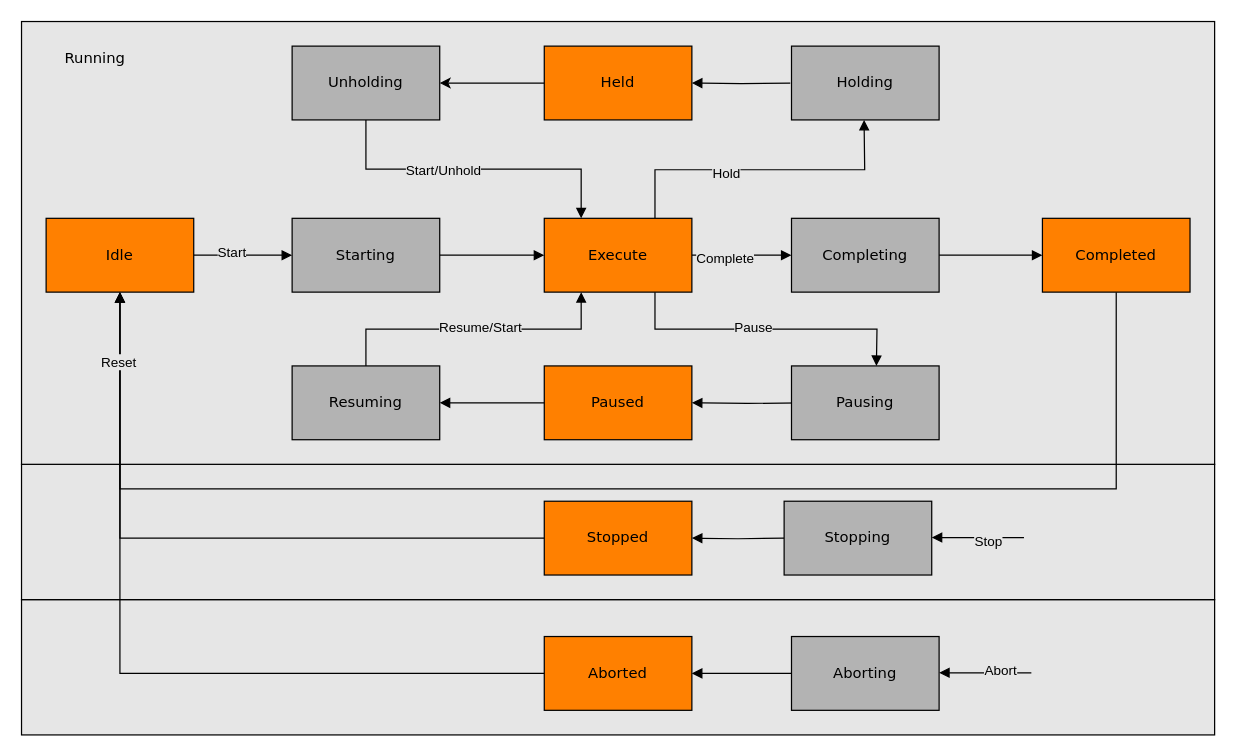
This is page "ISA88" (1 of 3) of docs/Diagramms.drawio from PeterZerlauth/Tc3_Component, a draw.io file, before an edit. Source tidied: cells renumbered, new cells numbered last; positions are measured from the earlier drawing's top-left corner, leaving out a move shared by most shapes. Both pictures are drawn from the tidied source at 123%, with x=0, y=0 at pixel (21, 21).
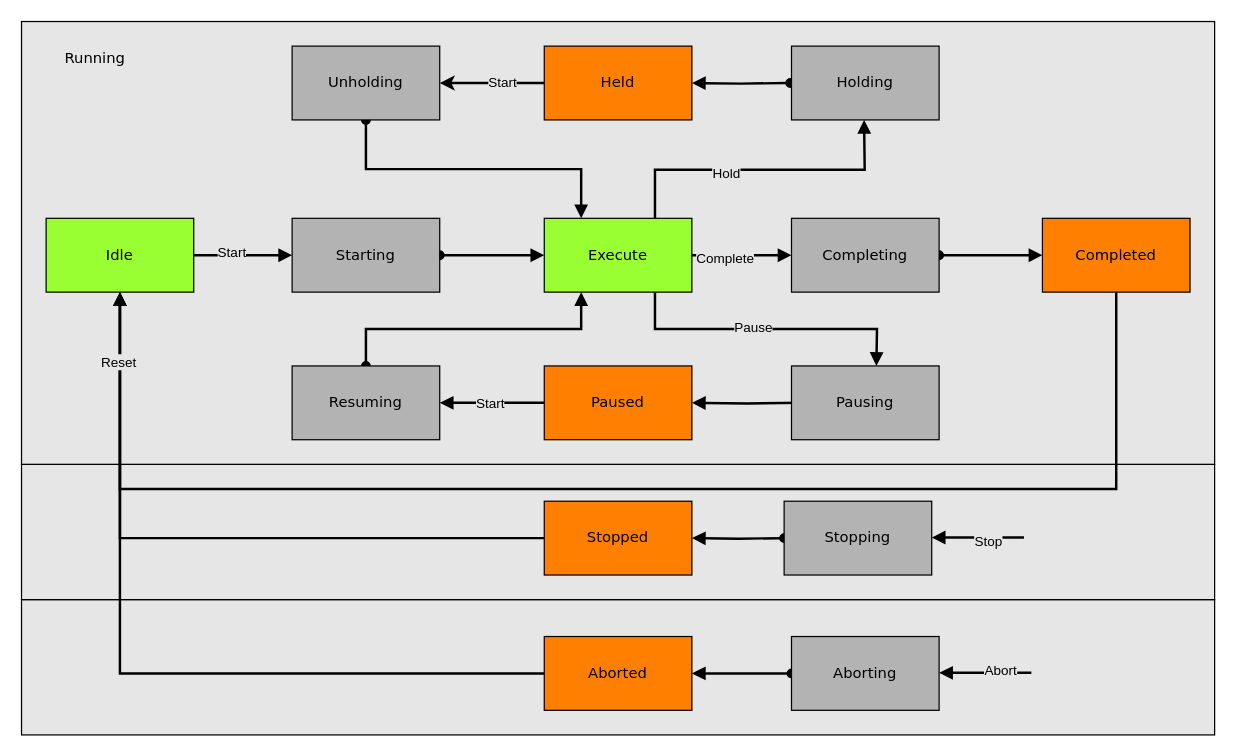
Above is the later version.

Unchanged cells that the change refers to:
```xml
<mxCell id="6" value="Held" style="rounded=0;whiteSpace=wrap;html=1;arcSize=24;fillColor=#FF8000;strokeColor=#000000;shadow=0;comic=0;labelBackgroundColor=none;fontFamily=Verdana;fontSize=12;fontColor=#000000;align=center;rotation=0;" parent="1" vertex="1">
  <mxGeometry x="425" y="20" width="120" height="60" as="geometry" />
</mxCell>
<mxCell id="12" value="Paused" style="rounded=0;whiteSpace=wrap;html=1;arcSize=24;fillColor=#FF8000;strokeColor=#000000;shadow=0;comic=0;labelBackgroundColor=none;fontFamily=Verdana;fontSize=12;fontColor=#000000;align=center;" parent="1" vertex="1">
  <mxGeometry x="425" y="280" width="120" height="60" as="geometry" />
</mxCell>
<mxCell id="21" value="Stopped" style="rounded=0;whiteSpace=wrap;html=1;arcSize=24;fillColor=#FF8000;strokeColor=#000000;shadow=0;comic=0;labelBackgroundColor=none;fontFamily=Verdana;fontSize=12;fontColor=#000000;align=center;" parent="1" vertex="1">
  <mxGeometry x="425" y="390" width="120" height="60" as="geometry" />
</mxCell>
<mxCell id="23" value="Aborted" style="rounded=0;whiteSpace=wrap;html=1;arcSize=24;fillColor=#FF8000;strokeColor=#000000;shadow=0;comic=0;labelBackgroundColor=none;fontFamily=Verdana;fontSize=12;fontColor=#000000;align=center;" parent="1" vertex="1">
  <mxGeometry x="425" y="500" width="120" height="60" as="geometry" />
</mxCell>
<mxCell id="26" value="Completed" style="rounded=0;whiteSpace=wrap;html=1;arcSize=24;fillColor=#FF8000;strokeColor=#000000;shadow=0;comic=0;labelBackgroundColor=none;fontFamily=Verdana;fontSize=12;fontColor=#000000;align=center;" parent="1" vertex="1">
  <mxGeometry x="830" y="160" width="120" height="60" as="geometry" />
</mxCell>
<mxCell id="30" value="Starting" style="rounded=0;whiteSpace=wrap;html=1;arcSize=24;fillColor=#B3B3B3;strokeColor=#000000;shadow=0;comic=0;labelBackgroundColor=none;fontFamily=Verdana;fontSize=12;fontColor=#000000;align=center;" parent="1" vertex="1">
  <mxGeometry x="220" y="160" width="120" height="60" as="geometry" />
</mxCell>
<mxCell id="34" value="Unholding" style="rounded=0;whiteSpace=wrap;html=1;arcSize=24;fillColor=#B3B3B3;strokeColor=#000000;shadow=0;comic=0;labelBackgroundColor=none;fontFamily=Verdana;fontSize=12;fontColor=#000000;align=center;" parent="1" vertex="1">
  <mxGeometry x="220" y="20" width="120" height="60" as="geometry" />
</mxCell>
<mxCell id="39" value="Resuming" style="rounded=0;whiteSpace=wrap;html=1;arcSize=24;fillColor=#B3B3B3;strokeColor=#000000;shadow=0;comic=0;labelBackgroundColor=none;fontFamily=Verdana;fontSize=12;fontColor=#000000;align=center;" parent="1" vertex="1">
  <mxGeometry x="220" y="280" width="120" height="60" as="geometry" />
</mxCell>
<mxCell id="41" value="Completing" style="rounded=0;whiteSpace=wrap;html=1;arcSize=24;fillColor=#B3B3B3;strokeColor=#000000;shadow=0;comic=0;labelBackgroundColor=none;fontFamily=Verdana;fontSize=12;fontColor=#000000;align=center;" parent="1" vertex="1">
  <mxGeometry x="626" y="160" width="120" height="60" as="geometry" />
</mxCell>
<mxCell id="43" value="Aborting" style="rounded=0;whiteSpace=wrap;html=1;arcSize=24;fillColor=#B3B3B3;strokeColor=#000000;shadow=0;comic=0;labelBackgroundColor=none;fontFamily=Verdana;fontSize=12;fontColor=#000000;align=center;" parent="1" vertex="1">
  <mxGeometry x="626" y="500" width="120" height="60" as="geometry" />
</mxCell>
```

Diff of the diagram source:
```diff
@@
-    <mxCell id="5" style="edgeStyle=orthogonalEdgeStyle;rounded=0;jettySize=auto;html=1;" parent="1" edge="1" source="6" target="34">
+    <mxCell id="5" style="edgeStyle=orthogonalEdgeStyle;rounded=0;jettySize=auto;html=1;strokeWidth=2;" parent="1" edge="1" source="6" target="34">
       <mxGeometry relative="1" as="geometry" />
     </mxCell>
@@
-    <mxCell id="7" style="edgeStyle=orthogonalEdgeStyle;rounded=0;jettySize=auto;html=1;entryX=0.5;entryY=1;entryDx=0;entryDy=0;strokeColor=default;align=center;verticalAlign=middle;fontFamily=Helvetica;fontSize=11;fontColor=default;labelBackgroundColor=default;endArrow=block;endFill=1;exitX=0.75;exitY=0;exitDx=0;exitDy=0;" parent="1" edge="1" source="11">
+    <mxCell id="7" style="edgeStyle=orthogonalEdgeStyle;rounded=0;jettySize=auto;html=1;entryX=0.5;entryY=1;entryDx=0;entryDy=0;strokeColor=default;align=center;verticalAlign=middle;fontFamily=Helvetica;fontSize=11;fontColor=default;labelBackgroundColor=default;endArrow=block;endFill=1;exitX=0.75;exitY=0;exitDx=0;exitDy=0;strokeWidth=2;" parent="1" edge="1" source="11">
       <mxGeometry relative="1" as="geometry">
         <mxPoint x="685" y="80" as="targetPoint" />
       </mxGeometry>
     </mxCell>
@@
-    <mxCell id="9" style="edgeStyle=orthogonalEdgeStyle;rounded=0;jettySize=auto;html=1;exitX=1;exitY=0.5;exitDx=0;exitDy=0;entryX=0;entryY=0.5;entryDx=0;entryDy=0;strokeColor=default;align=center;verticalAlign=middle;fontFamily=Helvetica;fontSize=11;fontColor=default;labelBackgroundColor=default;endArrow=block;endFill=1;" parent="1" edge="1" source="11" target="41">
+    <mxCell id="9" style="edgeStyle=orthogonalEdgeStyle;rounded=0;jettySize=auto;html=1;exitX=1;exitY=0.5;exitDx=0;exitDy=0;entryX=0;entryY=0.5;entryDx=0;entryDy=0;strokeColor=default;align=center;verticalAlign=middle;fontFamily=Helvetica;fontSize=11;fontColor=default;labelBackgroundColor=default;endArrow=block;endFill=1;strokeWidth=2;" parent="1" edge="1" source="11" target="41">
       <mxGeometry relative="1" as="geometry" />
     </mxCell>
@@
-    <mxCell id="11" value="Execute" style="rounded=0;whiteSpace=wrap;html=1;arcSize=24;fillColor=#FF8000;strokeColor=#000000;shadow=0;comic=0;labelBackgroundColor=none;fontFamily=Verdana;fontSize=12;fontColor=#000000;align=center;" parent="1" vertex="1">
+    <mxCell id="11" value="Execute" style="rounded=0;whiteSpace=wrap;html=1;arcSize=24;fillColor=#99FF33;strokeColor=#000000;shadow=0;comic=0;labelBackgroundColor=none;fontFamily=Verdana;fontSize=12;fontColor=#000000;align=center;" parent="1" vertex="1">
       <mxGeometry x="425" y="160" width="120" height="60" as="geometry" />
     </mxCell>
@@
-    <mxCell id="13" style="edgeStyle=orthogonalEdgeStyle;rounded=0;jettySize=auto;html=1;strokeColor=default;align=center;verticalAlign=middle;fontFamily=Helvetica;fontSize=11;fontColor=default;labelBackgroundColor=default;endArrow=block;endFill=1;" parent="1" edge="1" target="6">
+    <mxCell id="13" style="edgeStyle=orthogonalEdgeStyle;rounded=0;jettySize=auto;html=1;strokeColor=default;align=center;verticalAlign=middle;fontFamily=Helvetica;fontSize=11;fontColor=default;labelBackgroundColor=default;endArrow=block;endFill=1;strokeWidth=2;startArrow=oval;startFill=1;" parent="1" edge="1" target="6">
       <mxGeometry relative="1" as="geometry">
         <mxPoint x="625" y="50" as="sourcePoint" />
       </mxGeometry>
     </mxCell>
-    <mxCell id="14" style="edgeStyle=orthogonalEdgeStyle;rounded=0;jettySize=auto;html=1;strokeColor=default;align=center;verticalAlign=middle;fontFamily=Helvetica;fontSize=11;fontColor=default;labelBackgroundColor=default;endArrow=block;endFill=1;" parent="1" edge="1" target="12">
+    <mxCell id="14" style="edgeStyle=orthogonalEdgeStyle;rounded=0;jettySize=auto;html=1;strokeColor=default;align=center;verticalAlign=middle;fontFamily=Helvetica;fontSize=11;fontColor=default;labelBackgroundColor=default;endArrow=block;endFill=1;strokeWidth=2;" parent="1" edge="1" target="12">
       <mxGeometry relative="1" as="geometry">
         <mxPoint x="635" y="310" as="sourcePoint" />
       </mxGeometry>
     </mxCell>
-    <mxCell id="15" style="edgeStyle=orthogonalEdgeStyle;rounded=0;jettySize=auto;html=1;entryX=0.5;entryY=0;entryDx=0;entryDy=0;strokeColor=default;align=center;verticalAlign=middle;fontFamily=Helvetica;fontSize=11;fontColor=default;labelBackgroundColor=default;endArrow=block;endFill=1;exitX=0.75;exitY=1;exitDx=0;exitDy=0;" parent="1" edge="1" source="11">
+    <mxCell id="15" style="edgeStyle=orthogonalEdgeStyle;rounded=0;jettySize=auto;html=1;entryX=0.5;entryY=0;entryDx=0;entryDy=0;strokeColor=default;align=center;verticalAlign=middle;fontFamily=Helvetica;fontSize=11;fontColor=default;labelBackgroundColor=default;endArrow=block;endFill=1;exitX=0.75;exitY=1;exitDx=0;exitDy=0;strokeWidth=2;" parent="1" edge="1" source="11">
       <mxGeometry relative="1" as="geometry">
         <mxPoint x="695" y="280" as="targetPoint" />
       </mxGeometry>
     </mxCell>
@@
-    <mxCell id="17" style="edgeStyle=orthogonalEdgeStyle;rounded=0;jettySize=auto;html=1;strokeColor=default;align=center;verticalAlign=middle;fontFamily=Helvetica;fontSize=11;fontColor=default;labelBackgroundColor=default;endArrow=block;endFill=1;entryX=0;entryY=0.5;entryDx=0;entryDy=0;" parent="1" edge="1" source="19" target="30">
+    <mxCell id="17" style="edgeStyle=orthogonalEdgeStyle;rounded=0;jettySize=auto;html=1;strokeColor=default;align=center;verticalAlign=middle;fontFamily=Helvetica;fontSize=11;fontColor=default;labelBackgroundColor=default;endArrow=block;endFill=1;entryX=0;entryY=0.5;entryDx=0;entryDy=0;strokeWidth=2;" parent="1" edge="1" source="19" target="30">
       <mxGeometry relative="1" as="geometry" />
     </mxCell>
@@
-    <mxCell id="19" value="Idle" style="rounded=0;whiteSpace=wrap;html=1;arcSize=24;fillColor=#FF8000;strokeColor=#000000;shadow=0;comic=0;labelBackgroundColor=none;fontFamily=Verdana;fontSize=12;fontColor=#000000;align=center;" parent="1" vertex="1">
+    <mxCell id="19" value="Idle" style="rounded=0;whiteSpace=wrap;html=1;arcSize=24;fillColor=#99FF33;strokeColor=#000000;shadow=0;comic=0;labelBackgroundColor=none;fontFamily=Verdana;fontSize=12;fontColor=#000000;align=center;" parent="1" vertex="1">
       <mxGeometry x="20" y="160" width="120" height="60" as="geometry" />
     </mxCell>
-    <mxCell id="20" style="edgeStyle=orthogonalEdgeStyle;rounded=0;jettySize=auto;html=1;entryX=0.5;entryY=1;entryDx=0;entryDy=0;strokeColor=default;align=center;verticalAlign=middle;fontFamily=Helvetica;fontSize=11;fontColor=default;labelBackgroundColor=default;endArrow=block;endFill=1;" parent="1" edge="1" source="21" target="19">
+    <mxCell id="20" style="edgeStyle=orthogonalEdgeStyle;rounded=0;jettySize=auto;html=1;entryX=0.5;entryY=1;entryDx=0;entryDy=0;strokeColor=default;align=center;verticalAlign=middle;fontFamily=Helvetica;fontSize=11;fontColor=default;labelBackgroundColor=default;endArrow=block;endFill=1;strokeWidth=2;" parent="1" edge="1" source="21" target="19">
       <mxGeometry relative="1" as="geometry" />
     </mxCell>
@@
-    <mxCell id="22" style="edgeStyle=orthogonalEdgeStyle;rounded=0;jettySize=auto;html=1;strokeColor=default;align=center;verticalAlign=middle;fontFamily=Helvetica;fontSize=11;fontColor=default;labelBackgroundColor=default;endArrow=block;endFill=1;entryX=0.5;entryY=1;entryDx=0;entryDy=0;" parent="1" edge="1" source="23" target="19">
+    <mxCell id="22" style="edgeStyle=orthogonalEdgeStyle;rounded=0;jettySize=auto;html=1;strokeColor=default;align=center;verticalAlign=middle;fontFamily=Helvetica;fontSize=11;fontColor=default;labelBackgroundColor=default;endArrow=block;endFill=1;entryX=0.5;entryY=1;entryDx=0;entryDy=0;strokeWidth=2;" parent="1" edge="1" source="23" target="19">
       <mxGeometry relative="1" as="geometry" />
     </mxCell>
@@
-    <mxCell id="24" style="edgeStyle=orthogonalEdgeStyle;rounded=0;jettySize=auto;html=1;exitX=0.5;exitY=1;exitDx=0;exitDy=0;entryX=0.5;entryY=1;entryDx=0;entryDy=0;strokeColor=default;align=center;verticalAlign=middle;fontFamily=Helvetica;fontSize=11;fontColor=default;labelBackgroundColor=default;endArrow=block;endFill=1;" parent="1" edge="1" source="26" target="19">
+    <mxCell id="24" style="edgeStyle=orthogonalEdgeStyle;rounded=0;jettySize=auto;html=1;exitX=0.5;exitY=1;exitDx=0;exitDy=0;entryX=0.5;entryY=1;entryDx=0;entryDy=0;strokeColor=default;align=center;verticalAlign=middle;fontFamily=Helvetica;fontSize=11;fontColor=default;labelBackgroundColor=default;endArrow=block;endFill=1;strokeWidth=2;" parent="1" edge="1" source="26" target="19">
       <mxGeometry relative="1" as="geometry">
         <Array as="points">
           <mxPoint x="890" y="380" />
           <mxPoint x="80" y="380" />
         </Array>
       </mxGeometry>
     </mxCell>
@@
-    <mxCell id="27" style="edgeStyle=orthogonalEdgeStyle;rounded=0;jettySize=auto;html=1;strokeColor=default;align=center;verticalAlign=middle;fontFamily=Helvetica;fontSize=11;fontColor=default;labelBackgroundColor=default;endArrow=block;endFill=1;" parent="1" edge="1" target="21">
+    <mxCell id="27" style="edgeStyle=orthogonalEdgeStyle;rounded=0;jettySize=auto;html=1;strokeColor=default;align=center;verticalAlign=middle;fontFamily=Helvetica;fontSize=11;fontColor=default;labelBackgroundColor=default;endArrow=block;endFill=1;strokeWidth=2;startArrow=oval;startFill=1;" parent="1" edge="1" target="21">
       <mxGeometry relative="1" as="geometry">
         <mxPoint x="620" y="420" as="sourcePoint" />
       </mxGeometry>
     </mxCell>
-    <mxCell id="28" style="edgeStyle=orthogonalEdgeStyle;rounded=0;jettySize=auto;html=1;strokeColor=default;align=center;verticalAlign=middle;fontFamily=Helvetica;fontSize=11;fontColor=default;labelBackgroundColor=default;endArrow=block;endFill=1;exitX=0.033;exitY=0.5;exitDx=0;exitDy=0;exitPerimeter=0;" parent="1" edge="1" source="43" target="23">
+    <mxCell id="28" style="edgeStyle=orthogonalEdgeStyle;rounded=0;jettySize=auto;html=1;strokeColor=default;align=center;verticalAlign=middle;fontFamily=Helvetica;fontSize=11;fontColor=default;labelBackgroundColor=default;endArrow=block;endFill=1;strokeWidth=2;startArrow=oval;startFill=1;exitX=0;exitY=0.5;exitDx=0;exitDy=0;" parent="1" edge="1" source="43" target="23">
       <mxGeometry relative="1" as="geometry" />
     </mxCell>
-    <mxCell id="29" style="edgeStyle=orthogonalEdgeStyle;rounded=0;jettySize=auto;html=1;exitX=1;exitY=0.5;exitDx=0;exitDy=0;entryX=0;entryY=0.5;entryDx=0;entryDy=0;strokeColor=default;align=center;verticalAlign=middle;fontFamily=Helvetica;fontSize=11;fontColor=default;labelBackgroundColor=default;endArrow=block;endFill=1;" parent="1" edge="1" source="30" target="11">
+    <mxCell id="29" style="edgeStyle=orthogonalEdgeStyle;rounded=0;jettySize=auto;html=1;exitX=1;exitY=0.5;exitDx=0;exitDy=0;entryX=0;entryY=0.5;entryDx=0;entryDy=0;strokeColor=default;align=center;verticalAlign=middle;fontFamily=Helvetica;fontSize=11;fontColor=default;labelBackgroundColor=default;endArrow=block;endFill=1;strokeWidth=2;startArrow=oval;startFill=1;" parent="1" edge="1" source="30" target="11">
       <mxGeometry relative="1" as="geometry" />
     </mxCell>
@@
-    <mxCell id="32" style="edgeStyle=orthogonalEdgeStyle;rounded=0;jettySize=auto;html=1;exitX=0.5;exitY=1;exitDx=0;exitDy=0;entryX=0.25;entryY=0;entryDx=0;entryDy=0;strokeColor=default;align=center;verticalAlign=middle;fontFamily=Helvetica;fontSize=11;fontColor=default;labelBackgroundColor=default;endArrow=block;endFill=1;" parent="1" edge="1" source="34" target="11">
+    <mxCell id="32" style="edgeStyle=orthogonalEdgeStyle;rounded=0;jettySize=auto;html=1;exitX=0.5;exitY=1;exitDx=0;exitDy=0;entryX=0.25;entryY=0;entryDx=0;entryDy=0;strokeColor=default;align=center;verticalAlign=middle;fontFamily=Helvetica;fontSize=11;fontColor=default;labelBackgroundColor=default;endArrow=block;endFill=1;strokeWidth=2;startArrow=oval;startFill=1;" parent="1" edge="1" source="34" target="11">
       <mxGeometry relative="1" as="geometry" />
     </mxCell>
-    <mxCell id="33" value="Start/Unhold" style="edgeLabel;html=1;align=center;verticalAlign=middle;fontFamily=Helvetica;fontSize=11;fontColor=default;labelBackgroundColor=#E6E6E6;" parent="32" vertex="1">
-      <mxGeometry x="-0.2" relative="1" as="geometry" />
+    <mxCell id="33" value="Start" style="edgeLabel;html=1;align=center;verticalAlign=middle;fontFamily=Helvetica;fontSize=11;fontColor=default;labelBackgroundColor=#E6E6E6;" parent="32" vertex="1">
+      <mxGeometry x="-0.2" relative="1" as="geometry">
+        <mxPoint x="48" y="-71" as="offset" />
+      </mxGeometry>
     </mxCell>
@@
-    <mxCell id="36" style="edgeStyle=orthogonalEdgeStyle;rounded=0;jettySize=auto;html=1;strokeColor=default;align=center;verticalAlign=middle;fontFamily=Helvetica;fontSize=11;fontColor=default;labelBackgroundColor=default;endArrow=block;endFill=1;" parent="1" edge="1" source="12" target="39">
+    <mxCell id="36" style="edgeStyle=orthogonalEdgeStyle;rounded=0;jettySize=auto;html=1;strokeColor=default;align=center;verticalAlign=middle;fontFamily=Helvetica;fontSize=11;fontColor=default;labelBackgroundColor=default;endArrow=block;endFill=1;strokeWidth=2;" parent="1" edge="1" source="12" target="39">
       <mxGeometry relative="1" as="geometry" />
     </mxCell>
-    <mxCell id="37" style="edgeStyle=orthogonalEdgeStyle;rounded=0;jettySize=auto;html=1;exitX=0.5;exitY=0;exitDx=0;exitDy=0;entryX=0.25;entryY=1;entryDx=0;entryDy=0;strokeColor=default;align=center;verticalAlign=middle;fontFamily=Helvetica;fontSize=11;fontColor=default;labelBackgroundColor=default;endArrow=block;endFill=1;" parent="1" edge="1" source="39" target="11">
+    <mxCell id="37" style="edgeStyle=orthogonalEdgeStyle;rounded=0;jettySize=auto;html=1;exitX=0.5;exitY=0;exitDx=0;exitDy=0;entryX=0.25;entryY=1;entryDx=0;entryDy=0;strokeColor=default;align=center;verticalAlign=middle;fontFamily=Helvetica;fontSize=11;fontColor=default;labelBackgroundColor=default;endArrow=block;endFill=1;strokeWidth=2;startArrow=oval;startFill=1;" parent="1" edge="1" source="39" target="11">
       <mxGeometry relative="1" as="geometry" />
     </mxCell>
-    <mxCell id="38" value="Resume/Start" style="edgeLabel;html=1;align=center;verticalAlign=middle;fontFamily=Helvetica;fontSize=11;fontColor=default;labelBackgroundColor=#E6E6E6;" parent="37" vertex="1">
-      <mxGeometry x="0.04" y="2" relative="1" as="geometry" />
+    <mxCell id="38" value="Start" style="edgeLabel;html=1;align=center;verticalAlign=middle;fontFamily=Helvetica;fontSize=11;fontColor=default;labelBackgroundColor=#E6E6E6;" parent="37" vertex="1">
+      <mxGeometry x="0.04" y="2" relative="1" as="geometry">
+        <mxPoint x="8" y="62" as="offset" />
+      </mxGeometry>
     </mxCell>
@@
-    <mxCell id="40" style="edgeStyle=orthogonalEdgeStyle;rounded=0;jettySize=auto;html=1;strokeColor=default;align=center;verticalAlign=middle;fontFamily=Helvetica;fontSize=11;fontColor=default;labelBackgroundColor=default;endArrow=block;endFill=1;" parent="1" edge="1" source="41" target="26">
+    <mxCell id="40" style="edgeStyle=orthogonalEdgeStyle;rounded=0;jettySize=auto;html=1;strokeColor=default;align=center;verticalAlign=middle;fontFamily=Helvetica;fontSize=11;fontColor=default;labelBackgroundColor=default;endArrow=block;endFill=1;strokeWidth=2;startArrow=oval;startFill=1;" parent="1" edge="1" source="41" target="26">
       <mxGeometry relative="1" as="geometry" />
     </mxCell>
@@
-    <mxCell id="44" style="edgeStyle=orthogonalEdgeStyle;rounded=0;orthogonalLoop=1;jettySize=auto;html=1;strokeColor=default;align=center;verticalAlign=middle;fontFamily=Helvetica;fontSize=11;fontColor=default;labelBackgroundColor=default;endArrow=block;endFill=1;" parent="1" edge="1">
+    <mxCell id="44" style="edgeStyle=orthogonalEdgeStyle;rounded=0;orthogonalLoop=1;jettySize=auto;html=1;strokeColor=default;align=center;verticalAlign=middle;fontFamily=Helvetica;fontSize=11;fontColor=default;labelBackgroundColor=default;endArrow=block;endFill=1;strokeWidth=2;" parent="1" edge="1">
       <mxGeometry relative="1" as="geometry">
         <mxPoint x="815" y="419.5" as="sourcePoint" />
         <mxPoint x="740" y="419.5" as="targetPoint" />
       </mxGeometry>
     </mxCell>
@@
-    <mxCell id="46" style="edgeStyle=orthogonalEdgeStyle;rounded=0;orthogonalLoop=1;jettySize=auto;html=1;strokeColor=default;align=center;verticalAlign=middle;fontFamily=Helvetica;fontSize=11;fontColor=default;labelBackgroundColor=default;endArrow=block;endFill=1;" parent="1" edge="1">
+    <mxCell id="46" style="edgeStyle=orthogonalEdgeStyle;rounded=0;orthogonalLoop=1;jettySize=auto;html=1;strokeColor=default;align=center;verticalAlign=middle;fontFamily=Helvetica;fontSize=11;fontColor=default;labelBackgroundColor=default;endArrow=block;endFill=1;strokeWidth=2;" parent="1" edge="1">
       <mxGeometry relative="1" as="geometry">
         <mxPoint x="821" y="529.5" as="sourcePoint" />
         <mxPoint x="746" y="529.5" as="targetPoint" />
       </mxGeometry>
     </mxCell>
```
